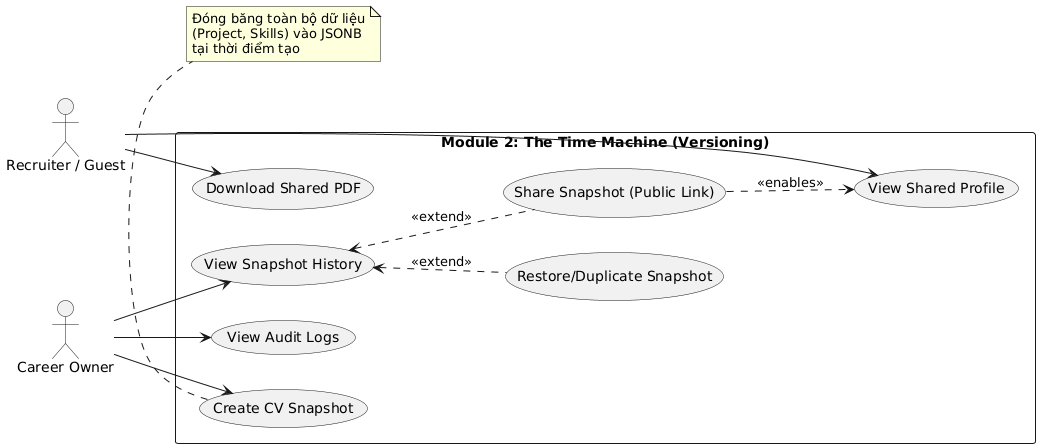
Earlier version of the PlantUML export docs/usecase-diagram-module-time-machine.png (tanh11704/career-vault). Its diagram source:
```plantuml
@startuml
left to right direction
skinparam packageStyle rectangle

actor "Career Owner" as User
actor "Recruiter / Guest" as Guest

rectangle "Module 2: The Time Machine (Versioning)" {
    usecase "Create CV Snapshot" as UC_Snap
    usecase "View Snapshot History" as UC_ViewHist
    usecase "Restore/Duplicate Snapshot" as UC_Restore
    usecase "Share Snapshot (Public Link)" as UC_Share
    usecase "View Audit Logs" as UC_Log

    usecase "View Shared Profile" as UC_GuestView
    usecase "Download Shared PDF" as UC_GuestDown
}

User --> UC_Snap
User --> UC_ViewHist
User --> UC_Log

UC_ViewHist <.. UC_Restore : <<extend>>
UC_ViewHist <.. UC_Share : <<extend>>

Guest --> UC_GuestView
Guest --> UC_GuestDown
UC_Share ..> UC_GuestView : <<enables>>

note bottom of UC_Snap
  Đóng băng toàn bộ dữ liệu
  (Project, Skills) vào JSONB
  tại thời điểm tạo
end note
@enduml
```
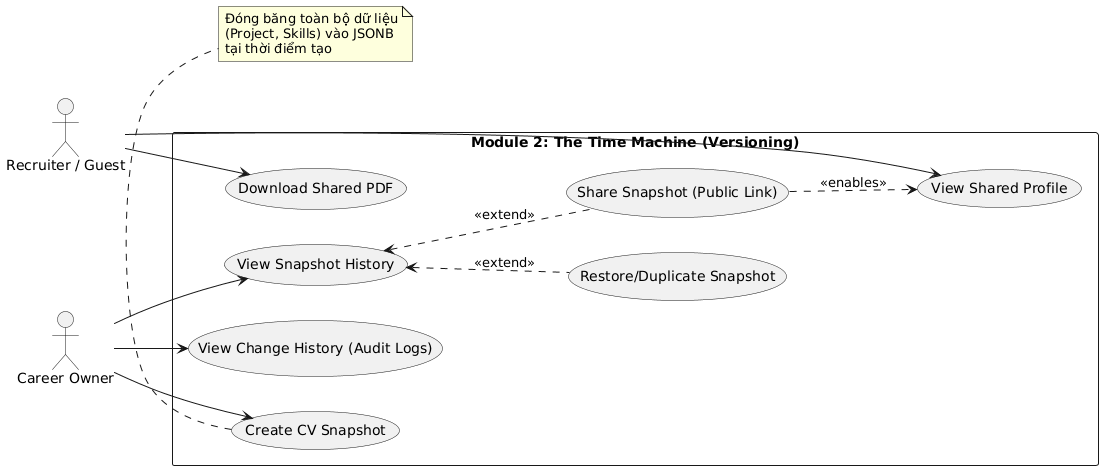
The same file after the commit.

Commit message:
add use case specifications for Auditor, Authentication, Output & Admin, Time Machine, and Vault modules; update use case diagrams

Diff of the diagram source:
```diff
@@ -10,7 +10,7 @@
     usecase "View Snapshot History" as UC_ViewHist
     usecase "Restore/Duplicate Snapshot" as UC_Restore
     usecase "Share Snapshot (Public Link)" as UC_Share
-    usecase "View Audit Logs" as UC_Log
+    usecase "View Change History (Audit Logs)" as UC_Log
 
     usecase "View Shared Profile" as UC_GuestView
     usecase "Download Shared PDF" as UC_GuestDown
```
